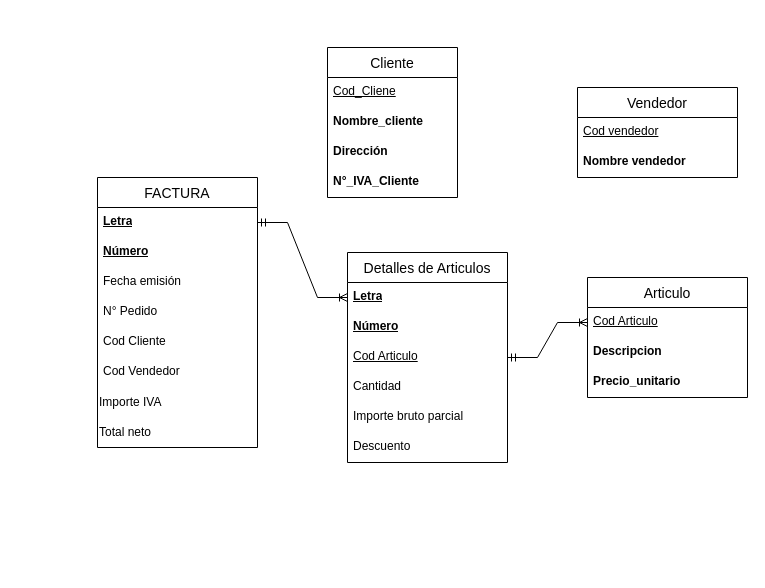
Above: page "DER" (3 of 3) of FACTURA-GRUPO11.drawio in Ailenmarina/Grupo11 (draw.io), before the change. Source tidied: cells renumbered, new cells numbered last; positions are measured from the earlier drawing's top-left corner, leaving out a move shared by most shapes. Both pictures are drawn from the tidied source at 100%, with x=0, y=0 at pixel (97, 47).
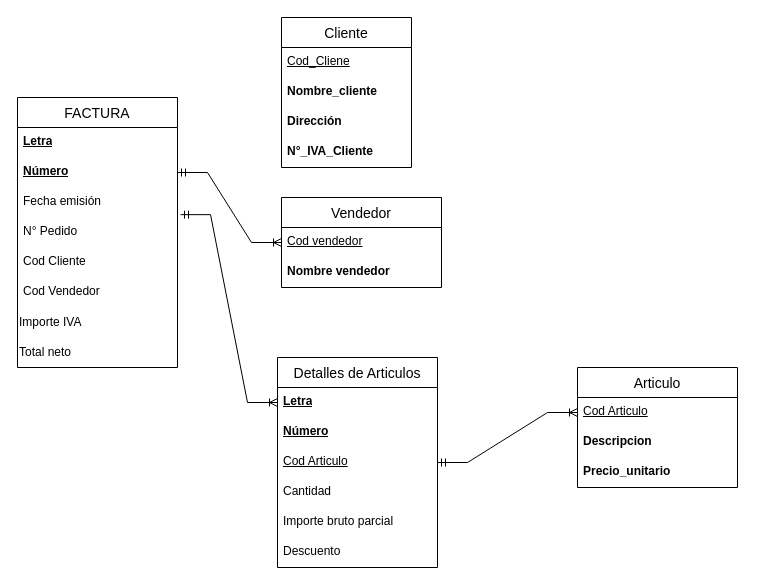
Above is the later version.

The change refers to these unchanged cells:
```xml
<mxCell id="3" value="&lt;u&gt;&lt;b&gt;Letra&lt;/b&gt;&lt;/u&gt;" style="text;strokeColor=none;fillColor=none;spacingLeft=4;spacingRight=4;overflow=hidden;points=[[0,0.5],[1,0.5]];portConstraint=eastwest;fontSize=12;whiteSpace=wrap;html=1;labelBackgroundColor=none;" parent="2" vertex="1">
  <mxGeometry y="30" width="160" height="30" as="geometry" />
</mxCell>
<mxCell id="4" value="&lt;u&gt;&lt;b&gt;Número&lt;/b&gt;&lt;/u&gt;" style="text;strokeColor=none;fillColor=none;spacingLeft=4;spacingRight=4;overflow=hidden;points=[[0,0.5],[1,0.5]];portConstraint=eastwest;fontSize=12;whiteSpace=wrap;html=1;labelBackgroundColor=none;" parent="2" vertex="1">
  <mxGeometry y="60" width="160" height="30" as="geometry" />
</mxCell>
<mxCell id="5" value="Fecha emisión&lt;div&gt;&lt;br&gt;&lt;/div&gt;" style="text;strokeColor=none;fillColor=none;spacingLeft=4;spacingRight=4;overflow=hidden;points=[[0,0.5],[1,0.5]];portConstraint=eastwest;fontSize=12;whiteSpace=wrap;html=1;labelBackgroundColor=none;" parent="2" vertex="1">
  <mxGeometry y="90" width="160" height="30" as="geometry" />
</mxCell>
<mxCell id="12" value="&lt;u&gt;&lt;b&gt;Letra&lt;/b&gt;&lt;/u&gt;" style="text;strokeColor=none;fillColor=none;spacingLeft=4;spacingRight=4;overflow=hidden;points=[[0,0.5],[1,0.5]];portConstraint=eastwest;fontSize=12;whiteSpace=wrap;html=1;labelBackgroundColor=none;" parent="11" vertex="1">
  <mxGeometry y="30" width="160" height="30" as="geometry" />
</mxCell>
<mxCell id="28" value="&lt;u&gt;Cod vendedor&lt;span style=&quot;white-space: pre;&quot;&gt;&#9;&lt;/span&gt;&lt;/u&gt;" style="text;strokeColor=none;fillColor=none;spacingLeft=4;spacingRight=4;overflow=hidden;points=[[0,0.5],[1,0.5]];portConstraint=eastwest;fontSize=12;whiteSpace=wrap;html=1;labelBackgroundColor=none;" parent="27" vertex="1">
  <mxGeometry y="30" width="160" height="30" as="geometry" />
</mxCell>
```

The edit, as a diff of the source:
```diff
@@
     <mxCell id="2" value="FACTURA" style="swimlane;fontStyle=0;horizontal=1;startSize=30;align=center;fontSize=14;labelBackgroundColor=none;" parent="1" vertex="1">
-      <mxGeometry y="130" width="160" height="270" as="geometry" />
+      <mxGeometry x="-80" y="50" width="160" height="270" as="geometry" />
     </mxCell>
@@
     <mxCell id="11" value="Detalles de Articulos" style="swimlane;fontStyle=0;horizontal=1;startSize=30;align=center;fontSize=14;labelBackgroundColor=none;" parent="1" vertex="1">
-      <mxGeometry x="250" y="205" width="160" height="210" as="geometry" />
+      <mxGeometry x="180" y="310" width="160" height="210" as="geometry" />
     </mxCell>
@@
     <mxCell id="18" value="Articulo" style="swimlane;fontStyle=0;horizontal=1;startSize=30;align=center;fontSize=14;labelBackgroundColor=none;" parent="1" vertex="1">
-      <mxGeometry x="490" y="230" width="160" height="120" as="geometry" />
+      <mxGeometry x="480" y="320" width="160" height="120" as="geometry" />
     </mxCell>
@@
     <mxCell id="22" value="Cliente" style="swimlane;fontStyle=0;horizontal=1;startSize=30;align=center;fontSize=14;labelBackgroundColor=none;" parent="1" vertex="1">
-      <mxGeometry x="230" width="130" height="150" as="geometry" />
+      <mxGeometry x="184" y="-30" width="130" height="150" as="geometry" />
     </mxCell>
@@
     <mxCell id="27" value="Vendedor" style="swimlane;fontStyle=0;horizontal=1;startSize=30;align=center;fontSize=14;labelBackgroundColor=none;" parent="1" vertex="1">
-      <mxGeometry x="480" y="40" width="160" height="90" as="geometry" />
+      <mxGeometry x="184" y="150" width="160" height="90" as="geometry" />
     </mxCell>
@@
-    <mxCell id="30" style="edgeStyle=entityRelationEdgeStyle;fontSize=12;html=1;endArrow=ERoneToMany;startArrow=ERmandOne;rounded=0;exitX=1;exitY=0.5;exitDx=0;exitDy=0;" parent="1" edge="1" source="3" target="12">
+    <mxCell id="30" style="edgeStyle=entityRelationEdgeStyle;fontSize=12;html=1;endArrow=ERoneToMany;startArrow=ERmandOne;rounded=0;exitX=1.019;exitY=0.905;exitDx=0;exitDy=0;exitPerimeter=0;" parent="1" edge="1" source="5" target="12">
       <mxGeometry relative="1" as="geometry" />
     </mxCell>
@@
+    <mxCell id="32" style="edgeStyle=entityRelationEdgeStyle;fontSize=12;html=1;endArrow=ERoneToMany;startArrow=ERmandOne;rounded=0;exitX=1;exitY=0.5;exitDx=0;exitDy=0;entryX=0;entryY=0.5;entryDx=0;entryDy=0;" parent="1" edge="1" source="4" target="28">
+      <mxGeometry relative="1" as="geometry" />
+    </mxCell>
```
